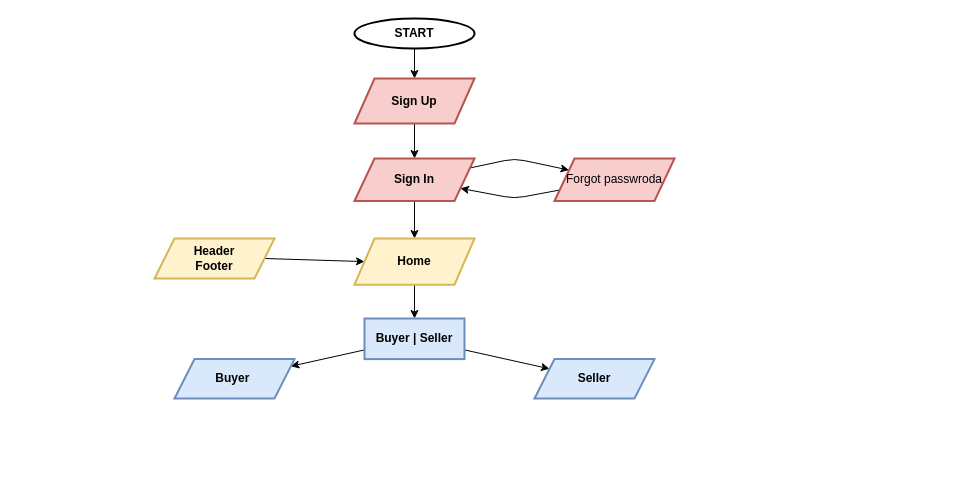
Dilshan615/Skillshop_Public keeps this draw.io diagram as text.drawio. Above is the earlier version. Source tidied: cells renumbered, new cells numbered last; positions are measured from the earlier drawing's top-left corner, leaving out a move shared by most shapes. Both pictures are drawn from the tidied source at 100%, with x=0, y=0 at pixel (154, 18).
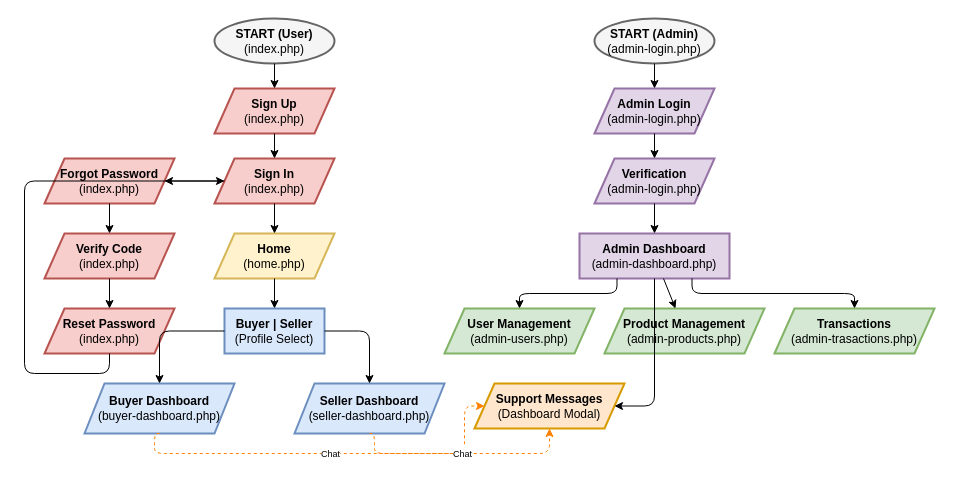
The same page after the edit.

Diff of the diagram source:
```diff
@@
-    <mxCell id="2" style="edgeStyle=none;html=1;" parent="1" edge="1" source="3" target="5">
-      <mxGeometry relative="1" as="geometry" />
-    </mxCell>
-    <mxCell id="3" value="&lt;b&gt;START&lt;/b&gt;" style="ellipse;whiteSpace=wrap;html=1;strokeWidth=2;" parent="1" vertex="1">
-      <mxGeometry x="200" width="120" height="30" as="geometry" />
-    </mxCell>
-    <mxCell id="4" style="edgeStyle=none;html=1;" parent="1" edge="1" source="5" target="8">
-      <mxGeometry relative="1" as="geometry" />
-    </mxCell>
-    <mxCell id="5" value="&lt;b&gt;Sign Up&lt;/b&gt;" style="shape=parallelogram;perimeter=parallelogramPerimeter;whiteSpace=wrap;html=1;fixedSize=1;strokeWidth=2;fillColor=#f8cecc;strokeColor=#b85450;" parent="1" vertex="1">
-      <mxGeometry x="200" y="60" width="120" height="45" as="geometry" />
-    </mxCell>
-    <mxCell id="6" style="edgeStyle=none;html=1;" parent="1" edge="1" source="8" target="11">
-      <mxGeometry relative="1" as="geometry" />
-    </mxCell>
-    <mxCell id="7" style="edgeStyle=none;html=1;" parent="1" edge="1" source="8" target="13">
-      <mxGeometry relative="1" as="geometry">
-        <Array as="points">
-          <mxPoint x="360" y="140" />
-        </Array>
-      </mxGeometry>
-    </mxCell>
-    <mxCell id="8" value="&lt;b&gt;Sign In&lt;/b&gt;" style="shape=parallelogram;perimeter=parallelogramPerimeter;whiteSpace=wrap;html=1;fixedSize=1;strokeWidth=2;fillColor=#f8cecc;strokeColor=#b85450;" parent="1" vertex="1">
-      <mxGeometry x="200" y="140" width="120" height="42.5" as="geometry" />
-    </mxCell>
-    <mxCell id="9" style="edgeStyle=none;html=1;exitX=1;exitY=0.5;exitDx=0;exitDy=0;entryX=0;entryY=0.5;entryDx=0;entryDy=0;" parent="1" edge="1" source="14" target="11">
-      <mxGeometry relative="1" as="geometry" />
-    </mxCell>
-    <mxCell id="10" style="edgeStyle=none;html=1;" parent="1" edge="1" source="11" target="17">
-      <mxGeometry relative="1" as="geometry" />
-    </mxCell>
-    <mxCell id="11" value="&lt;b&gt;Home&lt;/b&gt;" style="shape=parallelogram;perimeter=parallelogramPerimeter;whiteSpace=wrap;html=1;fixedSize=1;strokeWidth=2;fillColor=#fff2cc;strokeColor=#d6b656;" parent="1" vertex="1">
-      <mxGeometry x="200" y="220" width="120" height="46.2" as="geometry" />
-    </mxCell>
-    <mxCell id="12" style="edgeStyle=none;html=1;" parent="1" edge="1" source="13" target="8">
-      <mxGeometry relative="1" as="geometry">
-        <Array as="points">
-          <mxPoint x="360" y="180" />
-        </Array>
-      </mxGeometry>
-    </mxCell>
-    <mxCell id="13" value="Forgot passwroda" style="shape=parallelogram;perimeter=parallelogramPerimeter;whiteSpace=wrap;html=1;fixedSize=1;strokeWidth=2;fillColor=#f8cecc;strokeColor=#b85450;" parent="1" vertex="1">
-      <mxGeometry x="400" y="140" width="120" height="42.5" as="geometry" />
-    </mxCell>
-    <mxCell id="14" value="&lt;b&gt;Header&lt;br&gt;Footer&lt;/b&gt;" style="shape=parallelogram;perimeter=parallelogramPerimeter;whiteSpace=wrap;html=1;fixedSize=1;strokeWidth=2;fillColor=#fff2cc;strokeColor=#d6b656;" parent="1" vertex="1">
-      <mxGeometry y="220" width="120" height="40" as="geometry" />
-    </mxCell>
-    <mxCell id="15" style="edgeStyle=none;html=1;" parent="1" edge="1" source="17" target="18">
-      <mxGeometry relative="1" as="geometry" />
-    </mxCell>
-    <mxCell id="16" style="edgeStyle=none;html=1;" parent="1" edge="1" source="17" target="19">
-      <mxGeometry relative="1" as="geometry" />
-    </mxCell>
-    <mxCell id="17" value="&lt;b&gt;Buyer | Seller&lt;/b&gt;" style="whiteSpace=wrap;html=1;strokeWidth=2;fillColor=#dae8fc;strokeColor=#6c8ebf;" parent="1" vertex="1">
-      <mxGeometry x="210" y="300" width="100" height="40.6" as="geometry" />
-    </mxCell>
-    <mxCell id="18" value="&lt;span style=&quot;color: rgb(0, 0, 0);&quot;&gt;&lt;b&gt;Buyer&amp;nbsp;&lt;/b&gt;&lt;/span&gt;" style="shape=parallelogram;perimeter=parallelogramPerimeter;whiteSpace=wrap;html=1;fixedSize=1;strokeWidth=2;fillColor=#dae8fc;strokeColor=#6c8ebf;" parent="1" vertex="1">
-      <mxGeometry x="20" y="340.6" width="120" height="39.4" as="geometry" />
-    </mxCell>
-    <mxCell id="19" value="&lt;span style=&quot;color: rgb(0, 0, 0);&quot;&gt;&lt;b&gt;Seller&lt;/b&gt;&lt;/span&gt;" style="shape=parallelogram;perimeter=parallelogramPerimeter;whiteSpace=wrap;html=1;fixedSize=1;strokeWidth=2;fillColor=#dae8fc;strokeColor=#6c8ebf;" parent="1" vertex="1">
-      <mxGeometry x="380" y="340.6" width="120" height="39.4" as="geometry" />
-    </mxCell>
+    <mxCell id="20" value="&lt;b&gt;START (User)&lt;/b&gt;&lt;br&gt;(index.php)" style="ellipse;whiteSpace=wrap;html=1;strokeWidth=2;fillColor=#f5f5f5;strokeColor=#666666;fontColor=#000000;" parent="1" vertex="1">
+      <mxGeometry x="60" width="120" height="45" as="geometry" />
+    </mxCell>
+    <mxCell id="21" value="&lt;b&gt;Sign Up&lt;/b&gt;&lt;br&gt;(index.php)" style="shape=parallelogram;perimeter=parallelogramPerimeter;whiteSpace=wrap;html=1;fixedSize=1;strokeWidth=2;fillColor=#f8cecc;strokeColor=#b85450;fontColor=#000000;" parent="1" vertex="1">
+      <mxGeometry x="60" y="70" width="120" height="45" as="geometry" />
+    </mxCell>
+    <mxCell id="22" value="&lt;b&gt;Sign In&lt;/b&gt;&lt;br&gt;(index.php)" style="shape=parallelogram;perimeter=parallelogramPerimeter;whiteSpace=wrap;html=1;fixedSize=1;strokeWidth=2;fillColor=#f8cecc;strokeColor=#b85450;fontColor=#000000;" parent="1" vertex="1">
+      <mxGeometry x="60" y="140" width="120" height="45" as="geometry" />
+    </mxCell>
+    <mxCell id="23" value="&lt;b&gt;Forgot Password&lt;/b&gt;&lt;br&gt;(index.php)" style="shape=parallelogram;perimeter=parallelogramPerimeter;whiteSpace=wrap;html=1;fixedSize=1;strokeWidth=2;fillColor=#f8cecc;strokeColor=#b85450;fontColor=#000000;" parent="1" vertex="1">
+      <mxGeometry x="-110" y="140" width="130" height="45" as="geometry" />
+    </mxCell>
+    <mxCell id="24" value="&lt;b&gt;Verify Code&lt;/b&gt;&lt;br&gt;(index.php)" style="shape=parallelogram;perimeter=parallelogramPerimeter;whiteSpace=wrap;html=1;fixedSize=1;strokeWidth=2;fillColor=#f8cecc;strokeColor=#b85450;fontColor=#000000;" parent="1" vertex="1">
+      <mxGeometry x="-110" y="215" width="130" height="45" as="geometry" />
+    </mxCell>
+    <mxCell id="25" value="&lt;b&gt;Reset Password&lt;/b&gt;&lt;br&gt;(index.php)" style="shape=parallelogram;perimeter=parallelogramPerimeter;whiteSpace=wrap;html=1;fixedSize=1;strokeWidth=2;fillColor=#f8cecc;strokeColor=#b85450;fontColor=#000000;" parent="1" vertex="1">
+      <mxGeometry x="-110" y="290" width="130" height="45" as="geometry" />
+    </mxCell>
+    <mxCell id="26" value="&lt;b&gt;Home&lt;/b&gt;&lt;br&gt;(home.php)" style="shape=parallelogram;perimeter=parallelogramPerimeter;whiteSpace=wrap;html=1;fixedSize=1;strokeWidth=2;fillColor=#fff2cc;strokeColor=#d6b656;fontColor=#000000;" parent="1" vertex="1">
+      <mxGeometry x="60" y="215" width="120" height="45" as="geometry" />
+    </mxCell>
+    <mxCell id="27" value="&lt;b&gt;Buyer | Seller&lt;/b&gt;&lt;br&gt;(Profile Select)" style="whiteSpace=wrap;html=1;strokeWidth=2;fillColor=#dae8fc;strokeColor=#6c8ebf;fontColor=#000000;" parent="1" vertex="1">
+      <mxGeometry x="70" y="290" width="100" height="45" as="geometry" />
+    </mxCell>
+    <mxCell id="28" value="&lt;b&gt;Buyer Dashboard&lt;/b&gt;&lt;br&gt;(buyer-dashboard.php)" style="shape=parallelogram;perimeter=parallelogramPerimeter;whiteSpace=wrap;html=1;fixedSize=1;strokeWidth=2;fillColor=#dae8fc;strokeColor=#6c8ebf;fontColor=#000000;" parent="1" vertex="1">
+      <mxGeometry x="-70" y="365" width="150" height="50" as="geometry" />
+    </mxCell>
+    <mxCell id="29" value="&lt;b&gt;Seller Dashboard&lt;/b&gt;&lt;br&gt;(seller-dashboard.php)" style="shape=parallelogram;perimeter=parallelogramPerimeter;whiteSpace=wrap;html=1;fixedSize=1;strokeWidth=2;fillColor=#dae8fc;strokeColor=#6c8ebf;fontColor=#000000;" parent="1" vertex="1">
+      <mxGeometry x="140" y="365" width="150" height="50" as="geometry" />
+    </mxCell>
+    <mxCell id="30" value="&lt;b&gt;START (Admin)&lt;/b&gt;&lt;br&gt;(admin-login.php)" style="ellipse;whiteSpace=wrap;html=1;strokeWidth=2;fillColor=#f5f5f5;strokeColor=#666666;fontColor=#000000;" parent="1" vertex="1">
+      <mxGeometry x="440" width="120" height="45" as="geometry" />
+    </mxCell>
+    <mxCell id="31" value="&lt;b&gt;Admin Login&lt;/b&gt;&lt;br&gt;(admin-login.php)" style="shape=parallelogram;perimeter=parallelogramPerimeter;whiteSpace=wrap;html=1;fixedSize=1;strokeWidth=2;fillColor=#e1d5e7;strokeColor=#9673a6;fontColor=#000000;" parent="1" vertex="1">
+      <mxGeometry x="440" y="70" width="120" height="45" as="geometry" />
+    </mxCell>
+    <mxCell id="32" value="&lt;b&gt;Verification&lt;/b&gt;&lt;br&gt;(admin-login.php)" style="shape=parallelogram;perimeter=parallelogramPerimeter;whiteSpace=wrap;html=1;fixedSize=1;strokeWidth=2;fillColor=#e1d5e7;strokeColor=#9673a6;fontColor=#000000;" parent="1" vertex="1">
+      <mxGeometry x="440" y="140" width="120" height="45" as="geometry" />
+    </mxCell>
+    <mxCell id="33" value="&lt;b&gt;Admin Dashboard&lt;/b&gt;&lt;br&gt;(admin-dashboard.php)" style="whiteSpace=wrap;html=1;strokeWidth=2;fillColor=#e1d5e7;strokeColor=#9673a6;fontColor=#000000;" parent="1" vertex="1">
+      <mxGeometry x="425" y="215" width="150" height="45" as="geometry" />
+    </mxCell>
+    <mxCell id="34" value="&lt;b&gt;User Management&lt;/b&gt;&lt;br&gt;(admin-users.php)" style="shape=parallelogram;perimeter=parallelogramPerimeter;whiteSpace=wrap;html=1;fixedSize=1;strokeWidth=2;fillColor=#d5e8d4;strokeColor=#82b366;fontColor=#000000;" parent="1" vertex="1">
+      <mxGeometry x="290" y="290" width="150" height="45" as="geometry" />
+    </mxCell>
+    <mxCell id="35" value="&lt;b&gt;Product Management&lt;/b&gt;&lt;br&gt;(admin-products.php)" style="shape=parallelogram;perimeter=parallelogramPerimeter;whiteSpace=wrap;html=1;fixedSize=1;strokeWidth=2;fillColor=#d5e8d4;strokeColor=#82b366;fontColor=#000000;" parent="1" vertex="1">
+      <mxGeometry x="450" y="290" width="160" height="45" as="geometry" />
+    </mxCell>
+    <mxCell id="36" value="&lt;b&gt;Transactions&lt;/b&gt;&lt;br&gt;(admin-trasactions.php)" style="shape=parallelogram;perimeter=parallelogramPerimeter;whiteSpace=wrap;html=1;fixedSize=1;strokeWidth=2;fillColor=#d5e8d4;strokeColor=#82b366;fontColor=#000000;" parent="1" vertex="1">
+      <mxGeometry x="620" y="290" width="160" height="45" as="geometry" />
+    </mxCell>
+    <mxCell id="37" value="&lt;b&gt;Support Messages&lt;/b&gt;&lt;br&gt;(Dashboard Modal)" style="shape=parallelogram;perimeter=parallelogramPerimeter;whiteSpace=wrap;html=1;fixedSize=1;strokeWidth=2;fillColor=#ffe6cc;strokeColor=#d79b00;fontColor=#000000;" parent="1" vertex="1">
+      <mxGeometry x="320" y="365" width="150" height="45" as="geometry" />
+    </mxCell>
+    <mxCell id="38" style="edgeStyle=none;html=1;fontColor=#000000;" parent="1" edge="1" source="20" target="21">
+      <mxGeometry relative="1" as="geometry" />
+    </mxCell>
+    <mxCell id="39" style="edgeStyle=none;html=1;fontColor=#000000;" parent="1" edge="1" source="21" target="22">
+      <mxGeometry relative="1" as="geometry" />
+    </mxCell>
+    <mxCell id="40" style="edgeStyle=none;html=1;fontColor=#000000;" parent="1" edge="1" source="22" target="26">
+      <mxGeometry relative="1" as="geometry" />
+    </mxCell>
+    <mxCell id="41" style="edgeStyle=none;html=1;fontColor=#000000;" parent="1" edge="1" source="22" target="23">
+      <mxGeometry relative="1" as="geometry" />
+    </mxCell>
+    <mxCell id="42" style="edgeStyle=none;html=1;fontColor=#000000;" parent="1" edge="1" source="23" target="24">
+      <mxGeometry relative="1" as="geometry" />
+    </mxCell>
+    <mxCell id="43" style="edgeStyle=none;html=1;fontColor=#000000;" parent="1" edge="1" source="24" target="25">
+      <mxGeometry relative="1" as="geometry" />
+    </mxCell>
+    <mxCell id="44" style="edgeStyle=orthogonalEdgeStyle;rounded=1;html=1;exitX=0.5;exitY=1;exitDx=0;exitDy=0;entryX=0;entryY=0.5;entryDx=0;entryDy=0;fontColor=#000000;" parent="1" edge="1" source="25" target="22">
+      <mxGeometry relative="1" as="geometry">
+        <Array as="points">
+          <mxPoint x="-45" y="355" />
+          <mxPoint x="-130" y="355" />
+          <mxPoint x="-130" y="163" />
+        </Array>
+      </mxGeometry>
+    </mxCell>
+    <mxCell id="45" style="edgeStyle=none;html=1;fontColor=#000000;" parent="1" edge="1" source="26" target="27">
+      <mxGeometry relative="1" as="geometry" />
+    </mxCell>
+    <mxCell id="46" style="edgeStyle=orthogonalEdgeStyle;rounded=1;html=1;exitX=0;exitY=0.5;exitDx=0;exitDy=0;entryX=0.5;entryY=0;entryDx=0;entryDy=0;fontColor=#000000;" parent="1" edge="1" source="27" target="28">
+      <mxGeometry relative="1" as="geometry" />
+    </mxCell>
+    <mxCell id="47" style="edgeStyle=orthogonalEdgeStyle;rounded=1;html=1;exitX=1;exitY=0.5;exitDx=0;exitDy=0;entryX=0.5;entryY=0;entryDx=0;entryDy=0;fontColor=#000000;" parent="1" edge="1" source="27" target="29">
+      <mxGeometry relative="1" as="geometry" />
+    </mxCell>
+    <mxCell id="48" style="edgeStyle=none;html=1;fontColor=#000000;" parent="1" edge="1" source="30" target="31">
+      <mxGeometry relative="1" as="geometry" />
+    </mxCell>
+    <mxCell id="49" style="edgeStyle=none;html=1;fontColor=#000000;" parent="1" edge="1" source="31" target="32">
+      <mxGeometry relative="1" as="geometry" />
+    </mxCell>
+    <mxCell id="50" style="edgeStyle=none;html=1;fontColor=#000000;" parent="1" edge="1" source="32" target="33">
+      <mxGeometry relative="1" as="geometry" />
+    </mxCell>
+    <mxCell id="51" style="edgeStyle=orthogonalEdgeStyle;rounded=1;html=1;exitX=0.25;exitY=1;exitDx=0;exitDy=0;entryX=0.5;entryY=0;entryDx=0;entryDy=0;fontColor=#000000;" parent="1" edge="1" source="33" target="34">
+      <mxGeometry relative="1" as="geometry" />
+    </mxCell>
+    <mxCell id="52" style="edgeStyle=none;html=1;fontColor=#000000;" parent="1" edge="1" source="33" target="35">
+      <mxGeometry relative="1" as="geometry" />
+    </mxCell>
+    <mxCell id="53" style="edgeStyle=orthogonalEdgeStyle;rounded=1;html=1;exitX=0.75;exitY=1;exitDx=0;exitDy=0;entryX=0.5;entryY=0;entryDx=0;entryDy=0;fontColor=#000000;" parent="1" edge="1" source="33" target="36">
+      <mxGeometry relative="1" as="geometry" />
+    </mxCell>
+    <mxCell id="54" style="edgeStyle=orthogonalEdgeStyle;rounded=1;html=1;exitX=0.5;exitY=1;exitDx=0;exitDy=0;entryX=1;entryY=0.5;entryDx=0;entryDy=0;fontColor=#000000;" parent="1" edge="1" source="33" target="37">
+      <mxGeometry relative="1" as="geometry">
+        <Array as="points">
+          <mxPoint x="500" y="388" />
+        </Array>
+      </mxGeometry>
+    </mxCell>
+    <mxCell id="55" value="&lt;span style=&quot;font-size: 9px; color: #000000;&quot;&gt;Chat&lt;/span&gt;" style="edgeStyle=orthogonalEdgeStyle;rounded=1;html=1;dashed=1;strokeColor=#FF8000;exitX=0.5;exitY=1;exitDx=0;exitDy=0;entryX=0;entryY=0.5;entryDx=0;entryDy=0;fontColor=#000000;" parent="1" edge="1" source="28" target="37">
+      <mxGeometry relative="1" as="geometry">
+        <Array as="points">
+          <mxPoint y="435" />
+          <mxPoint x="310" y="435" />
+          <mxPoint x="310" y="388" />
+        </Array>
+      </mxGeometry>
+    </mxCell>
+    <mxCell id="56" value="&lt;span style=&quot;font-size: 9px; color: #000000;&quot;&gt;Chat&lt;/span&gt;" style="edgeStyle=orthogonalEdgeStyle;rounded=1;html=1;dashed=1;strokeColor=#FF8000;exitX=0.5;exitY=1;exitDx=0;exitDy=0;entryX=0.5;entryY=1;entryDx=0;entryDy=0;fontColor=#000000;" parent="1" edge="1" source="29" target="37">
+      <mxGeometry relative="1" as="geometry">
+        <Array as="points">
+          <mxPoint x="220" y="435" />
+          <mxPoint x="395" y="435" />
+        </Array>
+      </mxGeometry>
+    </mxCell>
```
